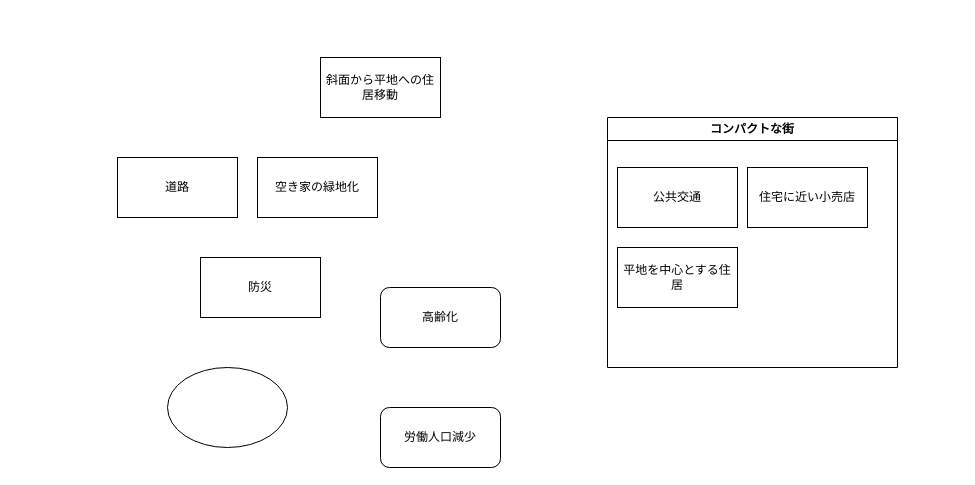
This is 呉市都市計画関連.drawio from rokaboNatttsu/diagrams, a draw.io file, before an edit. Source tidied: cells renumbered, new cells numbered last; positions are measured from the earlier drawing's top-left corner, leaving out a move shared by most shapes. Both pictures are drawn from the tidied source at 100%, with x=0, y=0 at pixel (117, 57).
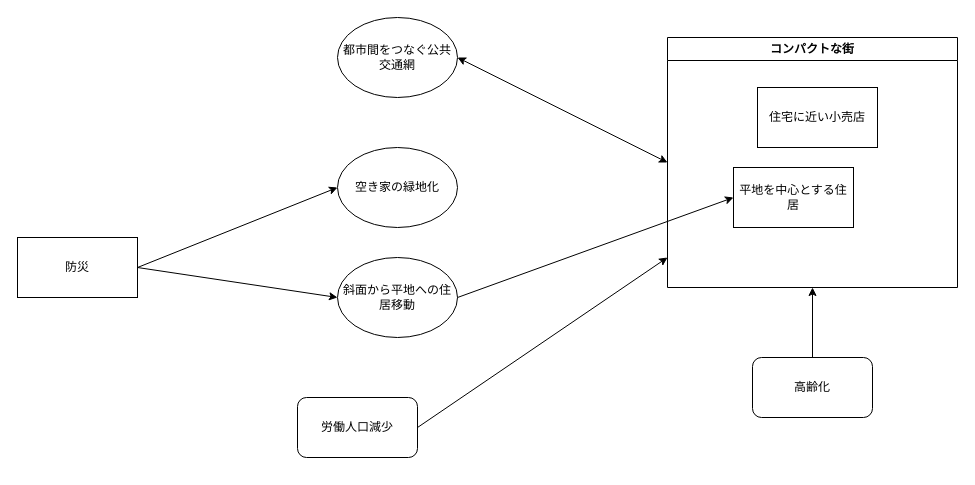
The same diagram, later.

Commit message (it also covers changes not shown here):
呉市都市計画関連.drawio を更新します

The edit, as a diff of the source:
```diff
@@
 <mxGraphModel>
   <root>
     <mxCell id="0" />
     <mxCell id="1" parent="0" />
     <mxCell id="2" value="防災" style="rounded=0;whiteSpace=wrap;html=1;" parent="1" vertex="1">
-      <mxGeometry x="83" y="200" width="120" height="60" as="geometry" />
+      <mxGeometry x="-100" y="180" width="120" height="60" as="geometry" />
     </mxCell>
-    <mxCell id="3" value="斜面から平地への住居移動" style="rounded=0;whiteSpace=wrap;html=1;" parent="1" vertex="1">
-      <mxGeometry x="203" width="120" height="60" as="geometry" />
-    </mxCell>
-    <mxCell id="4" value="道路" style="rounded=0;whiteSpace=wrap;html=1;" parent="1" vertex="1">
-      <mxGeometry y="100" width="120" height="60" as="geometry" />
-    </mxCell>
     <mxCell id="5" value="コンパクトな街" style="swimlane;whiteSpace=wrap;html=1;" parent="1" vertex="1">
-      <mxGeometry x="490" y="60" width="290" height="250" as="geometry" />
+      <mxGeometry x="550" y="-20" width="290" height="250" as="geometry" />
     </mxCell>
-    <mxCell id="6" value="公共交通" style="rounded=0;whiteSpace=wrap;html=1;" parent="5" vertex="1">
-      <mxGeometry x="10" y="50" width="120" height="60" as="geometry" />
-    </mxCell>
     <mxCell id="7" value="平地を中心とする住居" style="rounded=0;whiteSpace=wrap;html=1;" parent="5" vertex="1">
-      <mxGeometry x="10" y="130" width="120" height="60" as="geometry" />
+      <mxGeometry x="66" y="130" width="120" height="60" as="geometry" />
     </mxCell>
     <mxCell id="8" value="住宅に近い小売店" style="rounded=0;whiteSpace=wrap;html=1;" parent="5" vertex="1">
-      <mxGeometry x="140" y="50" width="120" height="60" as="geometry" />
+      <mxGeometry x="90" y="50" width="120" height="60" as="geometry" />
     </mxCell>
     <mxCell id="9" value="労働人口減少" style="rounded=1;whiteSpace=wrap;html=1;" parent="1" vertex="1">
-      <mxGeometry x="263" y="350" width="120" height="60" as="geometry" />
+      <mxGeometry x="180" y="340" width="120" height="60" as="geometry" />
     </mxCell>
     <mxCell id="10" value="高齢化" style="rounded=1;whiteSpace=wrap;html=1;" parent="1" vertex="1">
-      <mxGeometry x="263" y="230" width="120" height="60" as="geometry" />
+      <mxGeometry x="635" y="300" width="120" height="60" as="geometry" />
     </mxCell>
-    <mxCell id="11" style="ellipse;whiteSpace=wrap;html=1;" parent="1" vertex="1">
-      <mxGeometry x="50" y="310" width="120" height="80" as="geometry" />
+    <mxCell id="11" value="斜面から平地への住居移動" style="ellipse;whiteSpace=wrap;html=1;" parent="1" vertex="1">
+      <mxGeometry x="220" y="200" width="120" height="80" as="geometry" />
     </mxCell>
+    <mxCell id="13" style="endArrow=classic;html=1;rounded=0;exitX=1;exitY=0.5;exitDx=0;exitDy=0;entryX=0;entryY=0.5;entryDx=0;entryDy=0;" parent="1" edge="1" source="2" target="11">
+      <mxGeometry relative="1" as="geometry" />
+    </mxCell>
+    <mxCell id="14" style="endArrow=classic;html=1;rounded=0;entryX=0;entryY=0.5;entryDx=0;entryDy=0;exitX=1;exitY=0.5;exitDx=0;exitDy=0;" parent="1" edge="1" source="11" target="7">
+      <mxGeometry relative="1" as="geometry" />
+    </mxCell>
+    <mxCell id="15" style="endArrow=classic;html=1;rounded=0;exitX=0.5;exitY=0;exitDx=0;exitDy=0;entryX=0.5;entryY=1;entryDx=0;entryDy=0;" parent="1" edge="1" source="10" target="5">
+      <mxGeometry relative="1" as="geometry" />
+    </mxCell>
-    <mxCell id="12" value="空き家の緑地化" style="rounded=0;whiteSpace=wrap;html=1;" parent="1" vertex="1">
-      <mxGeometry x="140" y="100" width="120" height="60" as="geometry" />
+    <mxCell id="12" value="空き家の緑地化" style="ellipse;whiteSpace=wrap;html=1;" parent="1" vertex="1">
+      <mxGeometry x="220" y="90" width="120" height="80" as="geometry" />
     </mxCell>
+    <mxCell id="16" style="endArrow=classic;html=1;rounded=0;exitX=1;exitY=0.5;exitDx=0;exitDy=0;entryX=0;entryY=0.5;entryDx=0;entryDy=0;" parent="1" edge="1" source="2" target="12">
+      <mxGeometry relative="1" as="geometry" />
+    </mxCell>
+    <mxCell id="17" style="endArrow=classic;html=1;rounded=0;exitX=1;exitY=0.5;exitDx=0;exitDy=0;" parent="1" edge="1" source="9">
+      <mxGeometry relative="1" as="geometry">
+        <mxPoint x="550" y="200" as="targetPoint" />
+      </mxGeometry>
+    </mxCell>
+    <mxCell id="18" value="都市間をつなぐ公共交通網" style="ellipse;whiteSpace=wrap;html=1;" parent="1" vertex="1">
+      <mxGeometry x="220" y="-40" width="120" height="80" as="geometry" />
+    </mxCell>
+    <mxCell id="19" style="endArrow=classic;startArrow=classic;html=1;rounded=0;entryX=0;entryY=0.5;entryDx=0;entryDy=0;exitX=1;exitY=0.5;exitDx=0;exitDy=0;" parent="1" edge="1" source="18" target="5">
+      <mxGeometry relative="1" as="geometry" />
+    </mxCell>
   </root>
 </mxGraphModel>
```
